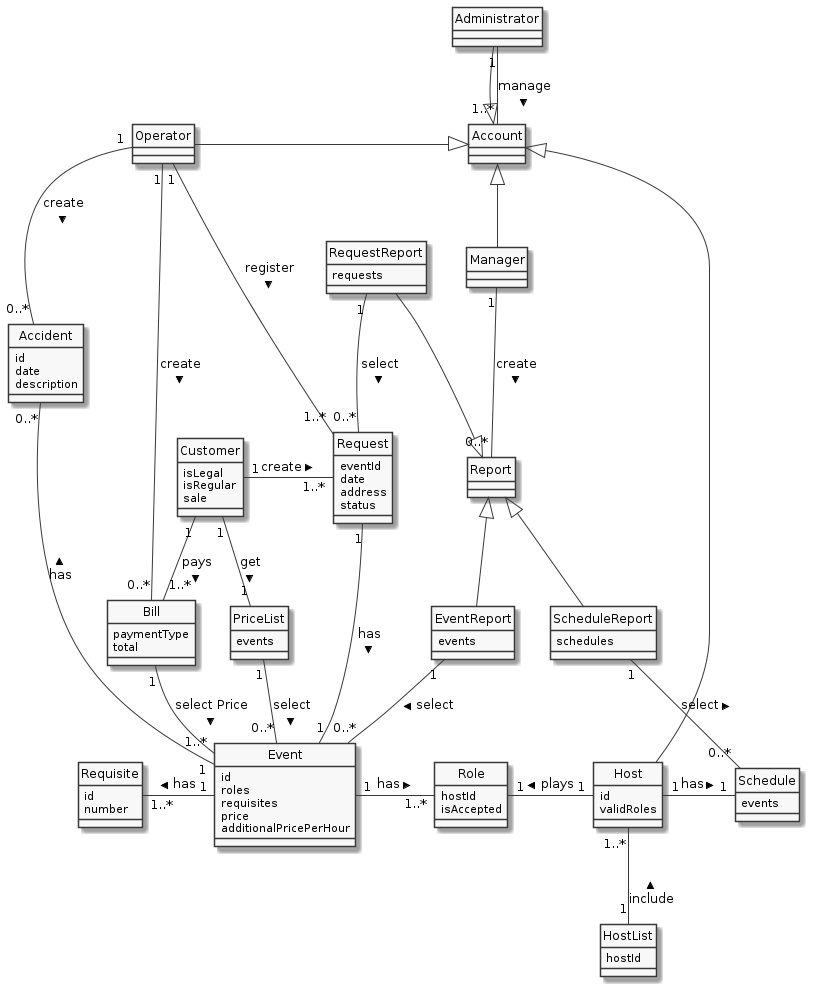
The PlantUML diagram domain-diagram.png in olegische/test-task-prolator, before a commit. The source it was exported from:
```plantuml
@startuml

!include domain-lib.plantuml

skinparam monochrome true
hide circle

class "$Req" as Req {
  eventId
  date
  address
  status
}
class "$Evn" as Evn {
  id
  roles
  requisites
  price
  additionalPricePerHour
}
class "$PrcLst" as PrcLst {
  events
}
class "$Cst" as Cst {
  isLegal
  isRegular
  sale
}
class "$Bl" as Bl {
  paymentType
  total
}
class "$Rl" as Rl {
  hostId
  isAccepted
}
class "$Rst" as Rst {
  id
  number
}
class "$Hst" as Hst {
  id
  validRoles
}
class "$HstLst" as HstLst {
  hostId
}
class "$Sch" as Sch {
  events
}
class "$Acd" as Acd {
  id
  date
  description
}
class "$Rep" as Rep
class "$ReqRep" as ReqRep {
  requests
}
class "$EvnRep" as EvnRep {
  events
}
class "$SchRep" as SchRep {
  schedules
}


class "$Acc" as Acc
class "$Op" as Op
class "$Mn" as Mn
class "$Adm" as Adm

Cst "1" -down- "1" PrcLst : get >
PrcLst "1" -down- "0..*" Evn : select >
Cst "1" -right- "1..*" Req : create >
Cst "1" -down- "1..*" Bl : pays >
Bl "1" -down- "1..*" Evn : select $Prc >

Acc <|-left- Op
Acc <|-down- Mn
Acc <|-up- Adm
Acc <|-down- Hst

Op "1" -down- "1..*" Req : register >
Op "1" -down- "0..*" Acd : create >
Op "1" -down- "0..*" Bl : create >

Req "1" -down- "1" Evn : has >

Evn "1" -right- "1..*" Rl : has >
Evn "1" -left- "1..*" Rst : has >
Evn "1" -up- "0..*" Acd : has >

Hst "1" -left- "1" Rl : plays >
Hst "1" -right- "1" Sch : has >

HstLst "1" -up- "1..*" Hst : include >


Rep <|-left- ReqRep
Rep <|-down- EvnRep
Rep <|-down- SchRep

Mn "1" -down- "0..*" Rep : create >

ReqRep "1" -down- "0..*" Req : select >
EvnRep "1" -down- "0..*" Evn : select >
SchRep "1" -down- "0..*" Sch : select >

Adm "1" -down- "1..*" Acc : manage >

@enduml
```
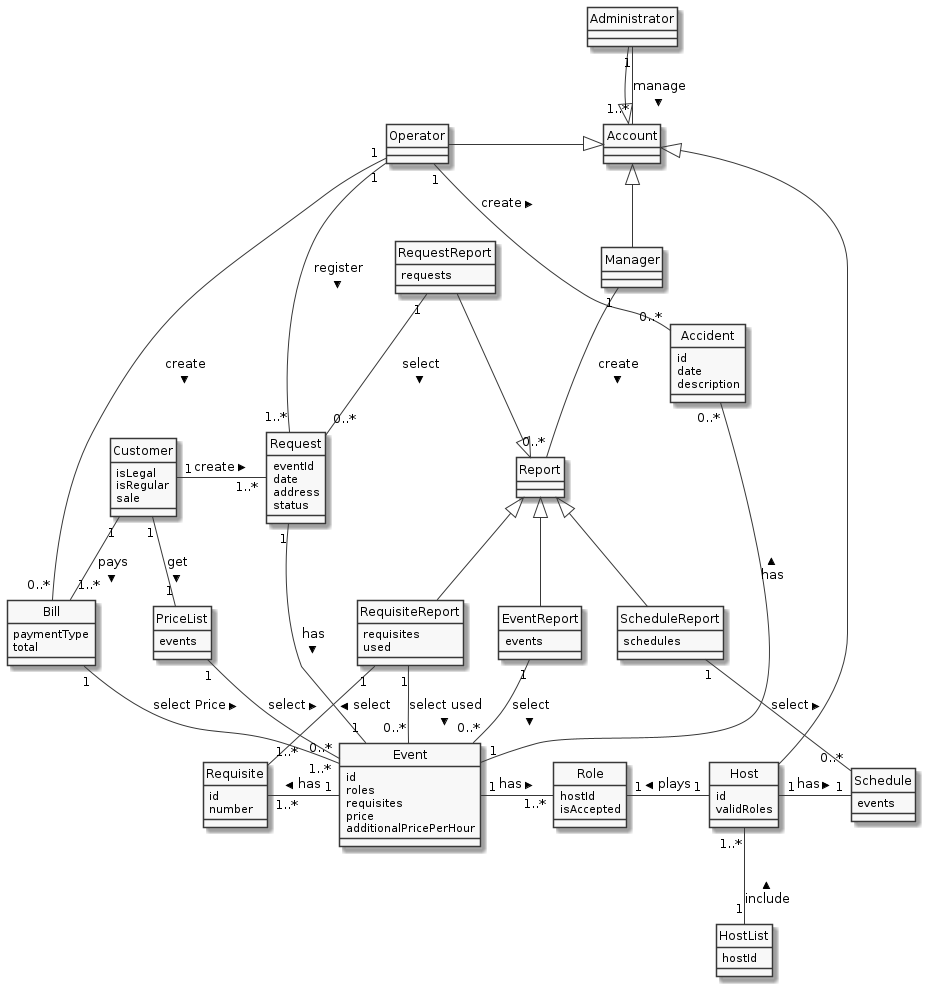
Above is the later version.

Commit message:
domain diagram v2

The edit, as a diff of the source:
```diff
@@ -63,7 +63,10 @@
 class "$SchRep" as SchRep {
   schedules
 }
-
+class "$RstRep" as RstRep {
+  requisites
+  used
+}
 
 class "$Acc" as Acc
 class "$Op" as Op
@@ -100,12 +103,15 @@
 Rep <|-left- ReqRep
 Rep <|-down- EvnRep
 Rep <|-down- SchRep
+Rep <|-down- RstRep
 
 Mn "1" -down- "0..*" Rep : create >
 
 ReqRep "1" -down- "0..*" Req : select >
 EvnRep "1" -down- "0..*" Evn : select >
 SchRep "1" -down- "0..*" Sch : select >
+RstRep "1" -down- "1..*" Rst : select >
+RstRep "1" -down- "0..*" Evn : select used >
 
 Adm "1" -down- "1..*" Acc : manage >
 
```
